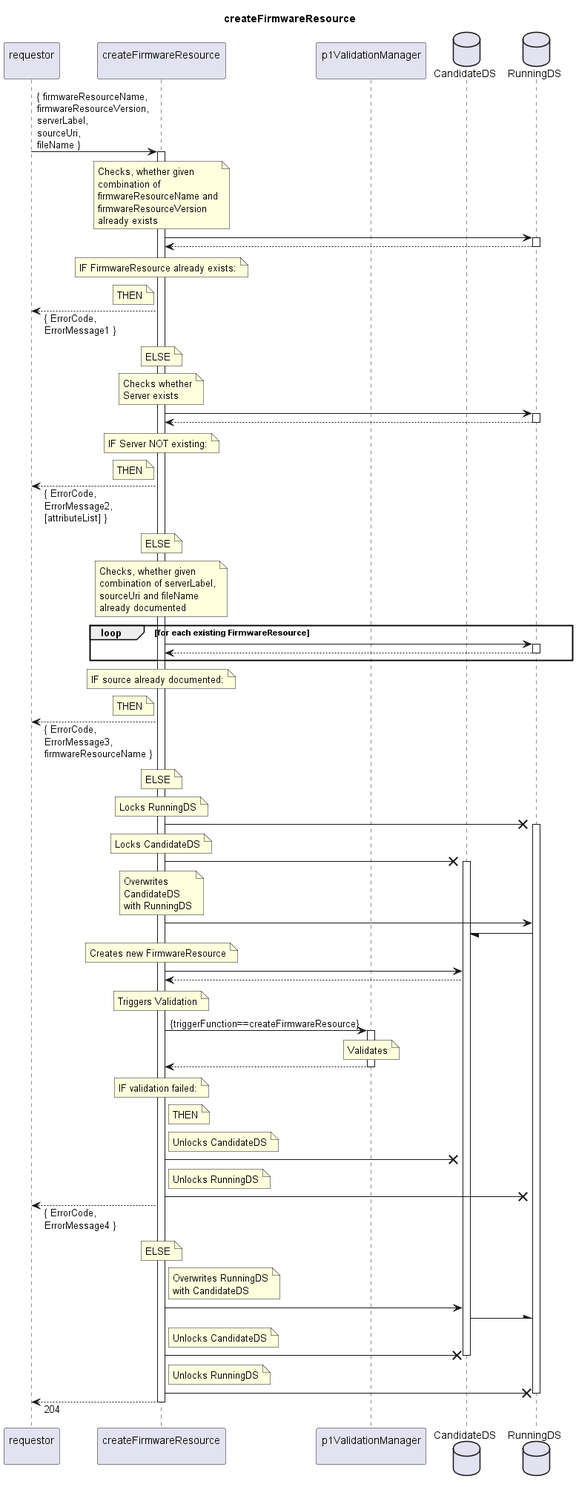
Earlier version of the PlantUML export spec/Services/createFirmwareResource/1.0.0/createFirmwareResource.png (openBackhaul/FirmWareManager).
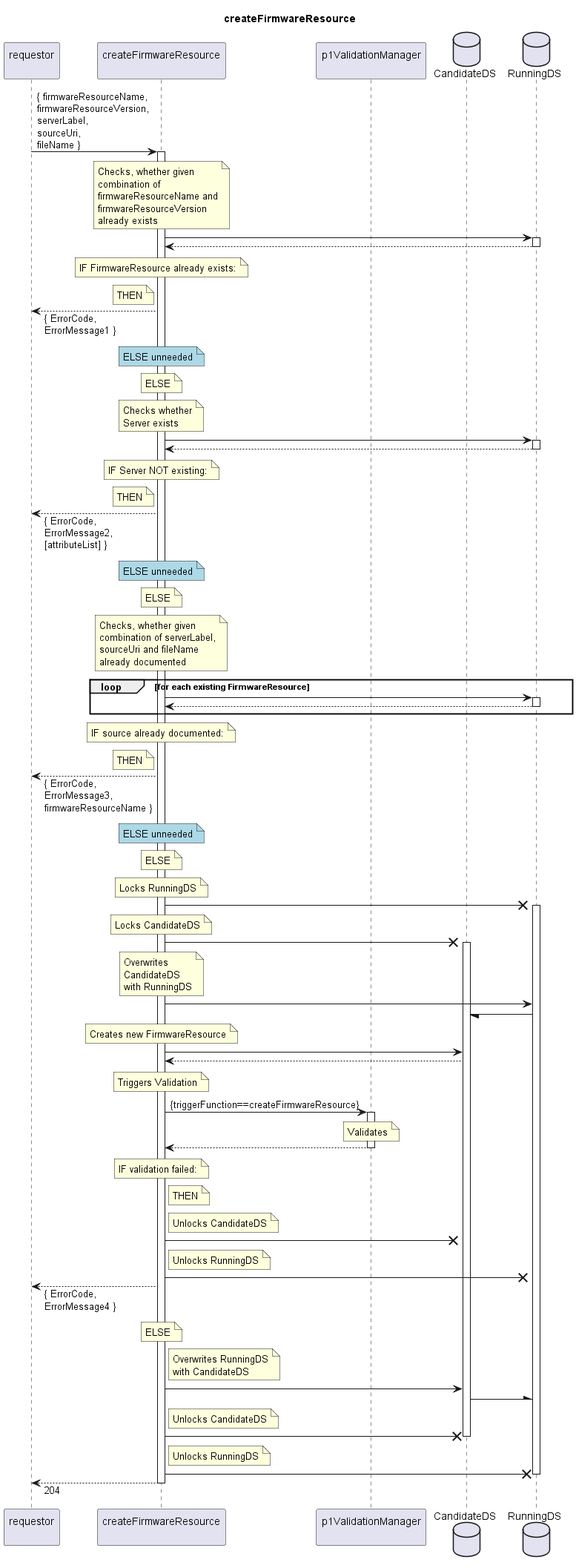
After the commit.

The edit, as a diff of the source:
```diff
@@ -6,149 +6,159 @@
 end title
 
 participant "requestor\n" as requestor
-participant "createFirmwareResource\n" as indServ
+participant "createFirmwareResource\n" as cur
 participant "p1ValidationManager\n" as valiMan
 database "CandidateDS" as CanDS
 database "RunningDS" as RunDS
 
-requestor -> indServ: { firmwareResourceName,\nfirmwareResourceVersion,\nserverLabel,\nsourceUri,\nfileName }
-activate indServ
+requestor -> cur: { firmwareResourceName,\nfirmwareResourceVersion,\nserverLabel,\nsourceUri,\nfileName }
+activate cur
 
-  note over indServ
+  note over cur
     Checks, whether given
     combination of
     firmwareResourceName and
     firmwareResourceVersion
     already exists
   end note
-  indServ -> RunDS
+  cur -> RunDS
   activate RunDS
-  indServ <-- RunDS
+  cur <-- RunDS
   deactivate RunDS
-  note over indServ
+  note over cur
     IF FirmwareResource already exists:
   end note
-  note left indServ
+  note left cur
     THEN
   end note
-  requestor <-- indServ: { ErrorCode,\nErrorMessage1 }
-  note over indServ
+  requestor <-- cur: { ErrorCode,\nErrorMessage1 }
+
+  note over cur #LightBlue
+    ELSE unneeded
+  end note
+  note over cur
     ELSE
   end note
 
-  note over indServ
+  note over cur
     Checks whether
     Server exists
   end note
-  indServ -> RunDS
+  cur -> RunDS
   activate RunDS
-  indServ <-- RunDS
+  cur <-- RunDS
   deactivate RunDS
-  note over indServ
+  note over cur
     IF Server NOT existing:
   end note
-  note left indServ
+  note left cur
     THEN
   end note
-  requestor <-- indServ: { ErrorCode,\nErrorMessage2,\n[attributeList] }
-  note over indServ
+  requestor <-- cur: { ErrorCode,\nErrorMessage2,\n[attributeList] }
+  note over cur #LightBlue
+    ELSE unneeded
+  end note
+  note over cur
     ELSE
   end note
 
-  note over indServ
+  note over cur
     Checks, whether given
     combination of serverLabel,
     sourceUri and fileName
     already documented
   end note
   loop for each existing FirmwareResource
-    indServ -> RunDS
+    cur -> RunDS
     activate RunDS
-    indServ <-- RunDS
+    cur <-- RunDS
     deactivate RunDS
   end loop
-  note over indServ
+  note over cur
     IF source already documented:
   end note
-  note left indServ
+  note left cur
     THEN
   end note
-  requestor <-- indServ: { ErrorCode,\nErrorMessage3,\nfirmwareResourceName }
-  note over indServ
+  requestor <-- cur: { ErrorCode,\nErrorMessage3,\nfirmwareResourceName }
+  note over cur #LightBlue
+    ELSE unneeded
+  end note
+  note over cur
     ELSE
   end note
 
-  note over indServ
+  note over cur
     Locks RunningDS
   end note
-  indServ -X RunDS
+  cur -X RunDS
   activate RunDS
-  note over indServ
+  note over cur
     Locks CandidateDS
   end note
-  indServ -X CanDS
+  cur -X CanDS
   activate CanDS
-  note over indServ
+  note over cur
     Overwrites
     CandidateDS
     with RunningDS
   end note
-  indServ -> RunDS
+  cur -> RunDS
   RunDS -/ CanDS
 
-  note over indServ
+  note over cur
     Creates new FirmwareResource
   end note
-  indServ -> CanDS
-  indServ <-- CanDS
+  cur -> CanDS
+  cur <-- CanDS
 
-  note over indServ
+  note over cur
     Triggers Validation
   end note
-  indServ -> valiMan: {triggerFunction==createFirmwareResource}
+  cur -> valiMan: {triggerFunction==createFirmwareResource}
   activate valiMan
     note over valiMan
       Validates
     end note
-  indServ <-- valiMan
+  cur <-- valiMan
   deactivate valiMan
-  note over indServ
+  note over cur
     IF validation failed:
   end note
-  note right indServ
+  note right cur
     THEN
   end note
-  note right indServ
+  note right cur
     Unlocks CandidateDS
   end note
-  indServ -X CanDS
-  note right indServ
+  cur -X CanDS
+  note right cur
     Unlocks RunningDS
   end note
-  indServ -X RunDS
-  requestor <-- indServ: { ErrorCode,\nErrorMessage4 }
-  note over indServ
+  cur -X RunDS
+  requestor <-- cur: { ErrorCode,\nErrorMessage4 }
+  note over cur
     ELSE
   end note
 
-  note right indServ
+  note right cur
     Overwrites RunningDS
     with CandidateDS
   end note
-  indServ -> CanDS
+  cur -> CanDS
   CanDS -\ RunDS
-  note right indServ
+  note right cur
     Unlocks CandidateDS
   end note
-  indServ -X CanDS
+  cur -X CanDS
   deactivate CanDS
-  note right indServ
+  note right cur
     Unlocks RunningDS
   end note
-  indServ -X RunDS
+  cur -X RunDS
   deactivate RunDS
 
-requestor <-- indServ: 204
-deactivate indServ
+requestor <-- cur: 204
+deactivate cur
 
 @enduml
```
